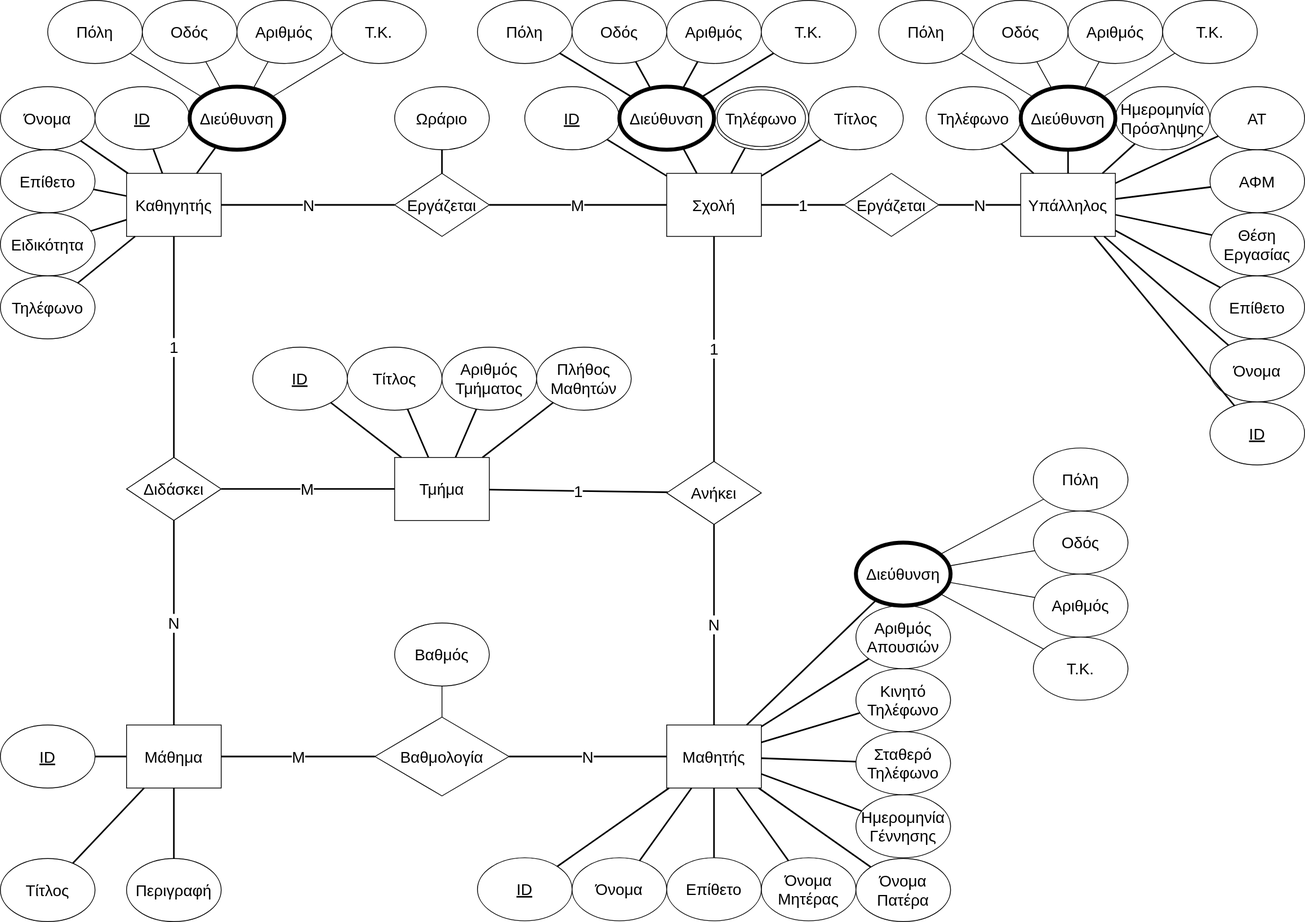
This is Database Diagram.drawio.svg from kyrtsouv/DB-Project, a draw.io export, as it was before one commit. Source tidied: cells renumbered, new cells last; positions are measured from the earlier drawing's top-left corner, leaving out a move shared by most shapes.
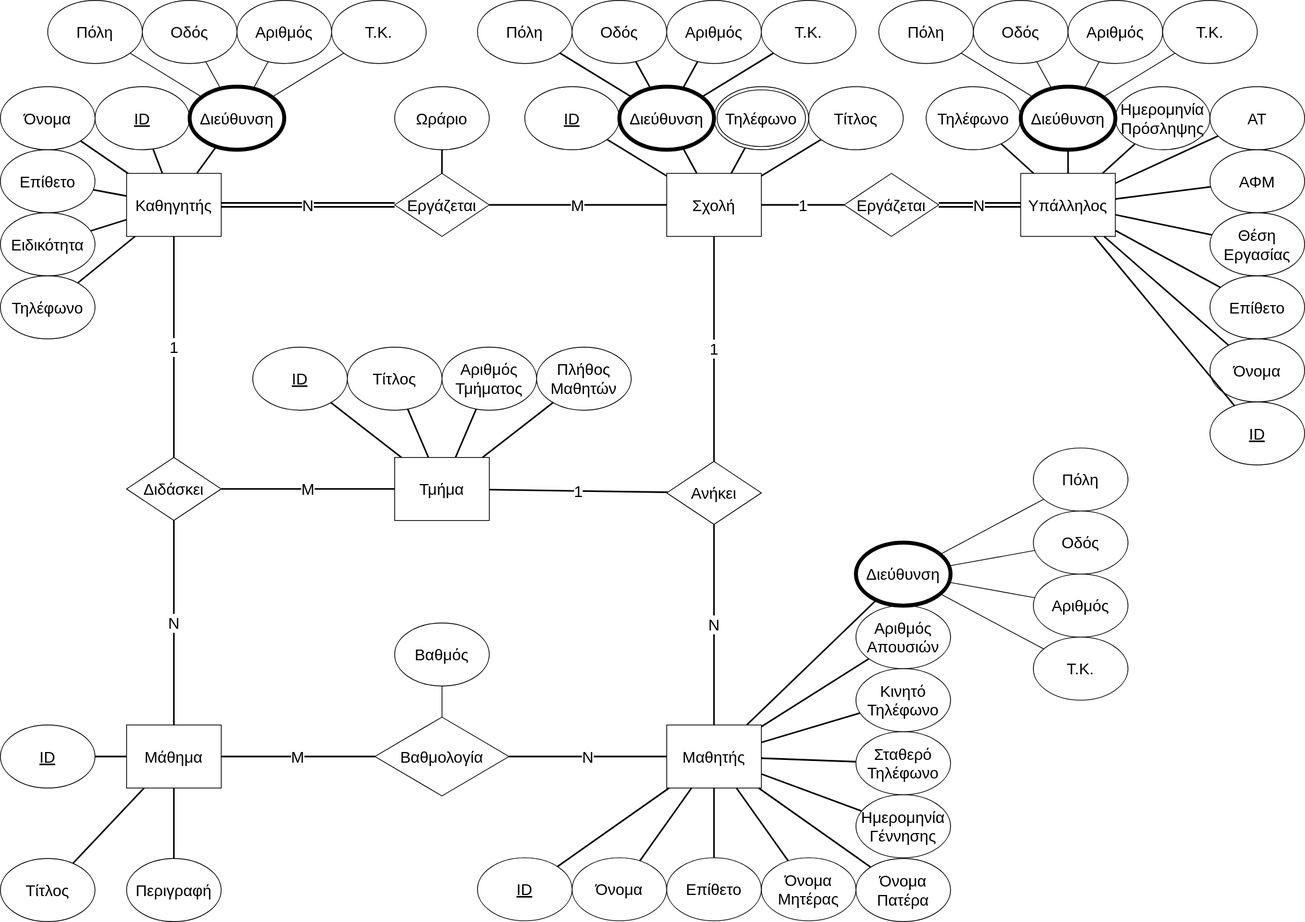
After the change.

The edit, as a diff of the source:
```diff
@@ -23,7 +23,7 @@
     <mxCell id="8" value="Τίτλος" style="ellipse;whiteSpace=wrap;html=1;fontSize=20;strokeColor=default;labelBorderColor=none;" parent="1" vertex="1">
       <mxGeometry x="1025" y="109.5" width="120" height="80" as="geometry" />
     </mxCell>
-    <mxCell id="9" value="N" style="edgeStyle=none;jettySize=auto;html=1;labelBackgroundColor=default;strokeColor=default;align=center;verticalAlign=middle;fontFamily=Helvetica;fontSize=20;fontColor=default;endArrow=none;endFill=0;jumpStyle=none;rounded=0;strokeWidth=2;labelBorderColor=none;" parent="1" edge="1" source="106" target="10">
+    <mxCell id="9" value="N" style="edgeStyle=none;jettySize=auto;html=1;labelBackgroundColor=default;strokeColor=default;align=center;verticalAlign=middle;fontFamily=Helvetica;fontSize=20;fontColor=default;endArrow=none;endFill=0;jumpStyle=none;rounded=0;strokeWidth=2;labelBorderColor=none;shape=link;" parent="1" edge="1" source="106" target="10">
       <mxGeometry relative="1" as="geometry" />
     </mxCell>
     <mxCell id="10" value="Υπάλληλος" style="whiteSpace=wrap;html=1;fontFamily=Helvetica;fontSize=20;fontColor=default;strokeColor=default;labelBorderColor=none;" parent="1" vertex="1">
@@ -47,7 +47,7 @@
     <mxCell id="16" value="Ημερομηνία&lt;br style=&quot;font-size: 20px;&quot;&gt;Πρόσληψης" style="ellipse;whiteSpace=wrap;html=1;strokeColor=default;align=center;verticalAlign=middle;fontFamily=Helvetica;fontSize=20;fontColor=default;fillColor=default;flipV=0;flipH=1;direction=east;labelPosition=center;verticalLabelPosition=middle;labelBorderColor=none;" parent="1" vertex="1">
       <mxGeometry x="1414" y="109.5" width="120" height="80" as="geometry" />
     </mxCell>
-    <mxCell id="17" value="N" style="edgeStyle=none;rounded=0;jettySize=auto;html=1;labelBackgroundColor=default;strokeColor=default;align=center;verticalAlign=middle;fontFamily=Helvetica;fontSize=20;fontColor=default;endArrow=none;endFill=0;strokeWidth=2;labelBorderColor=none;" parent="1" edge="1" source="18" target="108">
+    <mxCell id="17" value="N" style="edgeStyle=none;rounded=0;jettySize=auto;html=1;labelBackgroundColor=default;strokeColor=default;align=center;verticalAlign=middle;fontFamily=Helvetica;fontSize=20;fontColor=default;endArrow=none;endFill=0;strokeWidth=2;labelBorderColor=none;shape=link;" parent="1" edge="1" source="18" target="108">
       <mxGeometry relative="1" as="geometry" />
     </mxCell>
     <mxCell id="18" value="Καθηγητής" style="whiteSpace=wrap;html=1;fontFamily=Helvetica;fontSize=20;fontColor=default;strokeColor=default;labelBorderColor=none;" parent="1" vertex="1">
```
